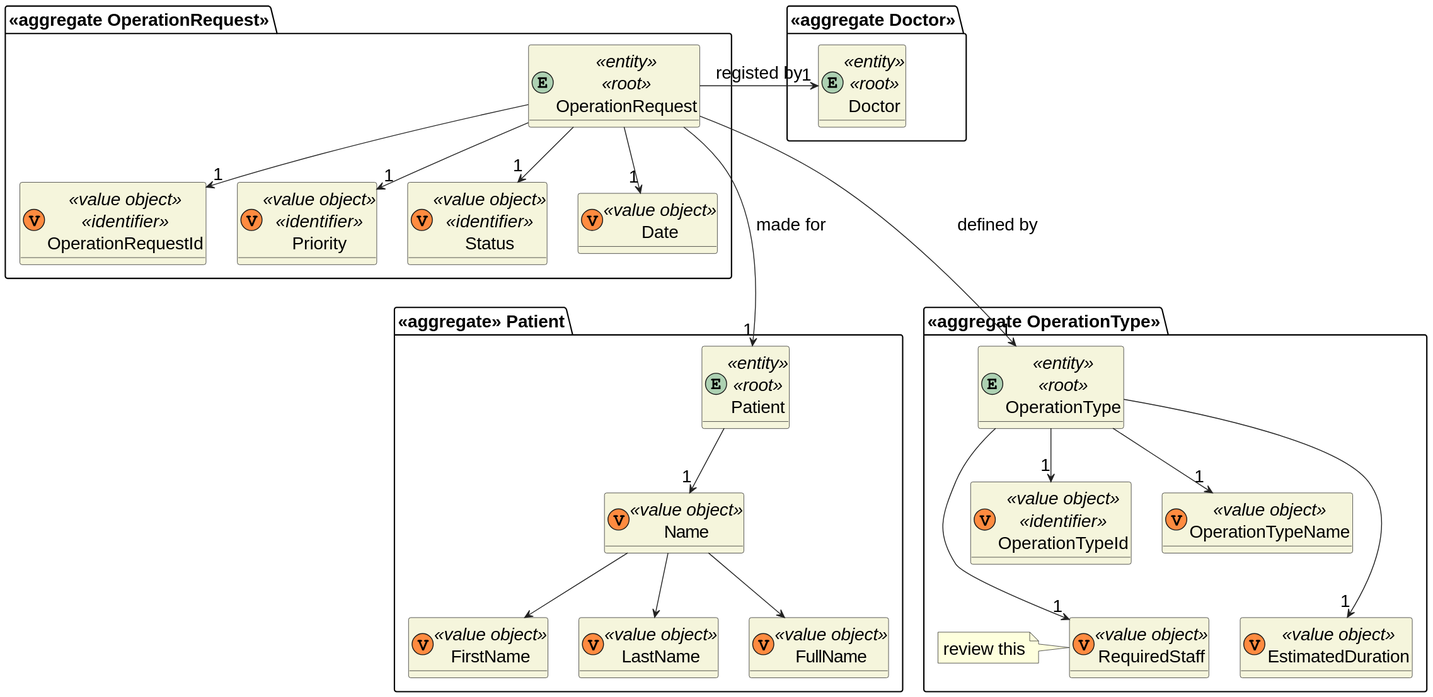
rita-barbosa/LAPR5-2425 keeps this PlantUML diagram as docs/sprint-1/us-5.1.19/diagrams/domain-model.svg. Above is the earlier version.
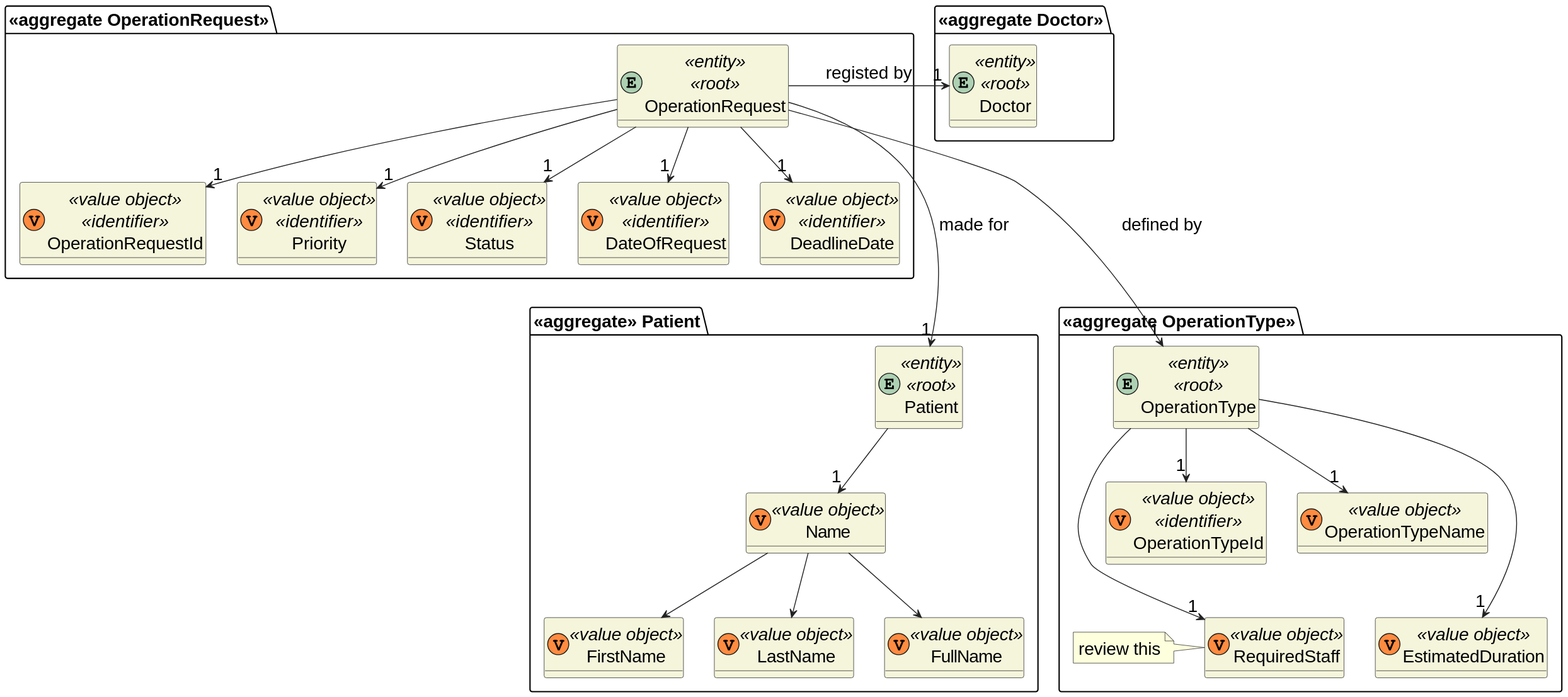
Above is the later version.

The edit, as a diff of the source:
```diff
@@ -23,7 +23,8 @@
     class OperationRequestId <<(V,#FF8B40)value object>> <<identifier>> {}
     class Priority <<(V,#FF8B40)value object>> <<identifier>> {}
     class Status <<(V,#FF8B40)value object>> <<identifier>> {}
-    class Date <<(V,#FF8B40)value object>> {}
+    class DateOfRequest <<(V,#FF8B40)value object>> <<identifier>> {}
+    class DeadlineDate <<(V,#FF8B40)value object>> <<identifier>> {}
 }
 
 package "<<aggregate OperationType>>"{
@@ -51,7 +52,8 @@
 OperationRequest ---> "1" Patient : made for
 OperationRequest -> "1" Doctor : registed by
 OperationRequest ---> "1" OperationType : defined by
-OperationRequest --> "1" Date
+OperationRequest --> "1" DateOfRequest
+OperationRequest --> "1" DeadlineDate
 OperationRequest --> "1" Status
 
 Patient --> "1" Name
```
